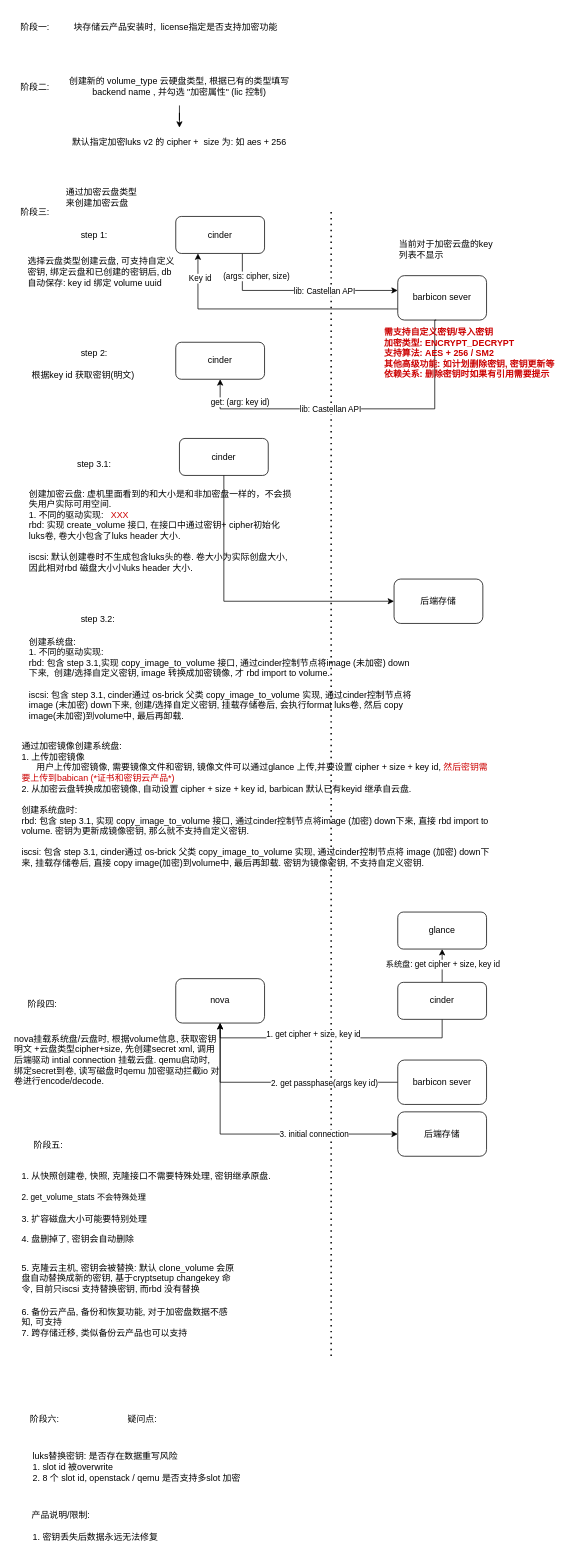
Above: 磁盘加密.drawio in ChenFanTony/ceph-diagrams (draw.io), before the change. Source tidied: cells renumbered, new cells numbered last; positions are measured from the earlier drawing's top-left corner, leaving out a move shared by most shapes. Both pictures are drawn from the tidied source at 74%, with x=0, y=0 at pixel (13, 13).
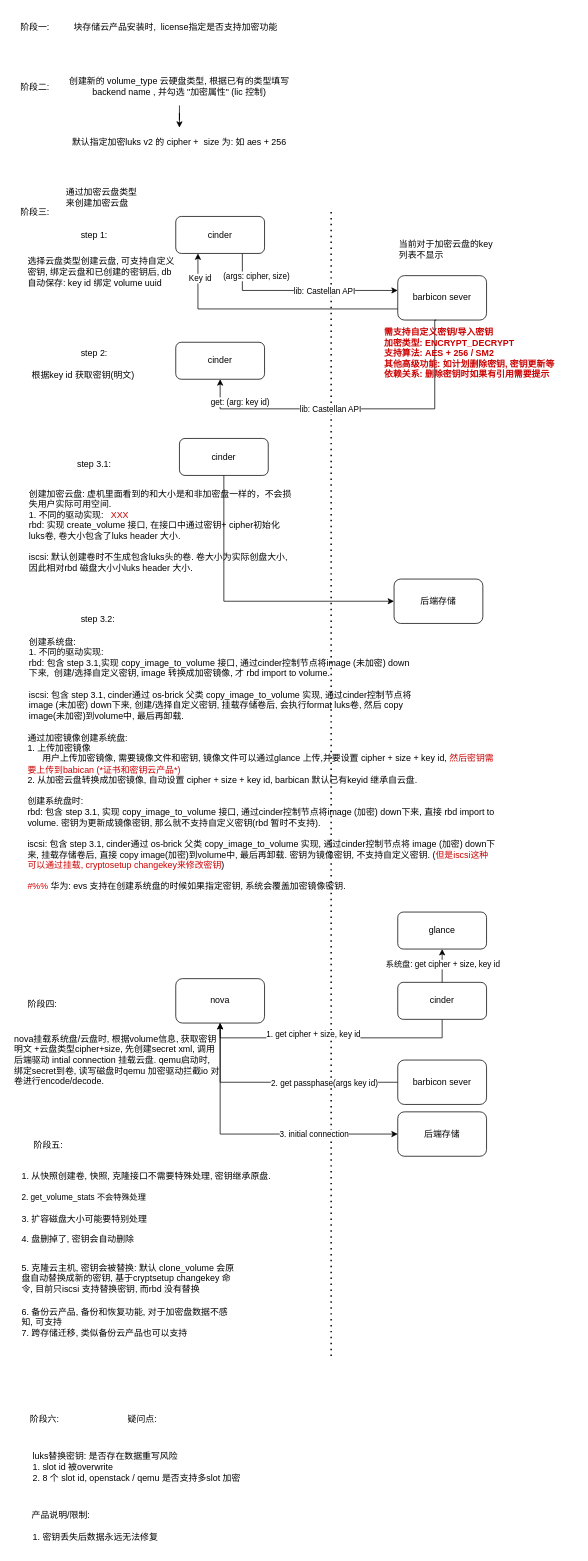
Above is the later version.

Commit message:
更新磁盘加密.drawio

What changed in the source:
```diff
@@
-    <mxCell id="46" value="通过加密镜像创建系统盘:&amp;nbsp;&lt;br&gt;1. 上传加密镜像&lt;br&gt;&amp;nbsp; &amp;nbsp; &amp;nbsp; 用户上传加密镜像, 需要镜像文件和密钥, 镜像文件可以通过glance 上传,并要设置 cipher + size + key id, &lt;font style=&quot;color: rgb(204, 0, 0);&quot;&gt;然后密钥需要上传到babican (*证书和密钥云产品*)&lt;/font&gt;&lt;br&gt;2. 从加密云盘转换成加密镜像, 自动设置&amp;nbsp;cipher + size + key id, barbican 默认已有keyid 继承自云盘.&lt;br&gt;&lt;div&gt;&lt;br&gt;创建系统盘时:&lt;br&gt;rbd:&amp;nbsp;&lt;span style=&quot;background-color: transparent; color: light-dark(rgb(0, 0, 0), rgb(255, 255, 255));&quot;&gt;包含 step 3.1, 实现 copy_image_to_volume 接口, 通过cinder控制节点将image (加密) down下来, 直接 rbd import to volume. 密钥为更新成镜像密钥, 那么就不支持自定义密钥.&lt;/span&gt;&lt;span style=&quot;background-color: transparent; color: light-dark(rgb(0, 0, 0), rgb(255, 255, 255));&quot;&gt;&lt;br&gt;&lt;br&gt;iscsi:&amp;nbsp;&lt;/span&gt;&lt;span style=&quot;background-color: transparent; color: light-dark(rgb(0, 0, 0), rgb(255, 255, 255));&quot;&gt;包含 step 3.1, cinder通过 os-brick 父类 copy_image_to_volume 实现, 通过cinder控制节点将 image (加密) down下来, 挂载存储卷后, 直接 copy image(加密)到volume中, 最后再卸载. 密钥为镜像密钥, 不支持自定义密钥.&lt;/span&gt;&lt;/div&gt;" style="text;html=1;whiteSpace=wrap;strokeColor=none;fillColor=none;align=left;verticalAlign=middle;rounded=0;" parent="1" vertex="1">
-      <mxGeometry x="10" y="935" width="635" height="270" as="geometry" />
+    <mxCell id="46" value="通过加密镜像创建系统盘:&amp;nbsp;&lt;br&gt;1. 上传加密镜像&lt;br&gt;&amp;nbsp; &amp;nbsp; &amp;nbsp; 用户上传加密镜像, 需要镜像文件和密钥, 镜像文件可以通过glance 上传,并要设置 cipher + size + key id, &lt;font style=&quot;color: rgb(204, 0, 0);&quot;&gt;然后密钥需要上传到babican (*证书和密钥云产品*)&lt;/font&gt;&lt;br&gt;2. 从加密云盘转换成加密镜像, 自动设置&amp;nbsp;cipher + size + key id, barbican 默认已有keyid 继承自云盘.&lt;br&gt;&lt;div&gt;&lt;br&gt;创建系统盘时:&lt;br&gt;rbd:&amp;nbsp;&lt;span style=&quot;background-color: transparent; color: light-dark(rgb(0, 0, 0), rgb(255, 255, 255));&quot;&gt;包含 step 3.1, 实现 copy_image_to_volume 接口, 通过cinder控制节点将image (加密) down下来, 直接 rbd import to volume. 密钥为更新成镜像密钥, 那么就不支持自定义密钥(rbd 暂时不支持).&lt;br&gt;&lt;/span&gt;&lt;span style=&quot;background-color: transparent; color: light-dark(rgb(0, 0, 0), rgb(255, 255, 255));&quot;&gt;&lt;br&gt;iscsi:&amp;nbsp;&lt;/span&gt;&lt;span style=&quot;background-color: transparent; color: light-dark(rgb(0, 0, 0), rgb(255, 255, 255));&quot;&gt;包含 step 3.1, cinder通过 os-brick 父类 copy_image_to_volume 实现, 通过cinder控制节点将 image (加密) down下来, 挂载存储卷后, 直接 copy image(加密)到volume中, 最后再卸载. 密钥为镜像密钥, 不支持自定义密钥. (&lt;/span&gt;&lt;span style=&quot;background-color: transparent;&quot;&gt;&lt;font style=&quot;color: light-dark(rgb(204, 0, 0), rgb(204, 0, 0));&quot;&gt;但是iscsi这种可以通过挂载, cryptosetup changekey来修改密钥&lt;/font&gt;&lt;/span&gt;&lt;span style=&quot;background-color: transparent; color: light-dark(rgb(0, 0, 0), rgb(255, 255, 255));&quot;&gt;)&lt;br&gt;&lt;br&gt;&lt;/span&gt;&lt;font style=&quot;color: light-dark(rgb(204, 0, 0), rgb(204, 0, 0));&quot;&gt;#%%&lt;/font&gt; 华为: evs 支持在创建系统盘的时候如果指定密钥, 系统会覆盖加密镜像密钥.&lt;span style=&quot;background-color: transparent; color: light-dark(rgb(0, 0, 0), rgb(255, 255, 255));&quot;&gt;&lt;/span&gt;&lt;/div&gt;" style="text;html=1;whiteSpace=wrap;strokeColor=none;fillColor=none;align=left;verticalAlign=middle;rounded=0;" parent="1" vertex="1">
+      <mxGeometry x="17.5" y="945" width="635" height="270" as="geometry" />
     </mxCell>
```
